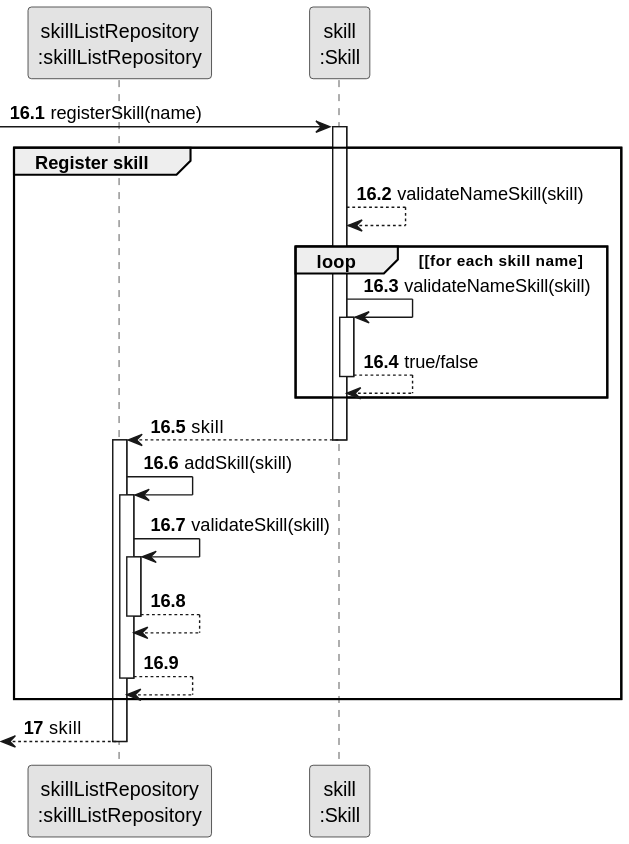
The PlantUML diagram docs/sprintB/us001/03.design/svg/us001-sequence-diagram-partial-register-skill.svg in SAEmanuel/Green_Spaces_Management_ISEP, before a commit.
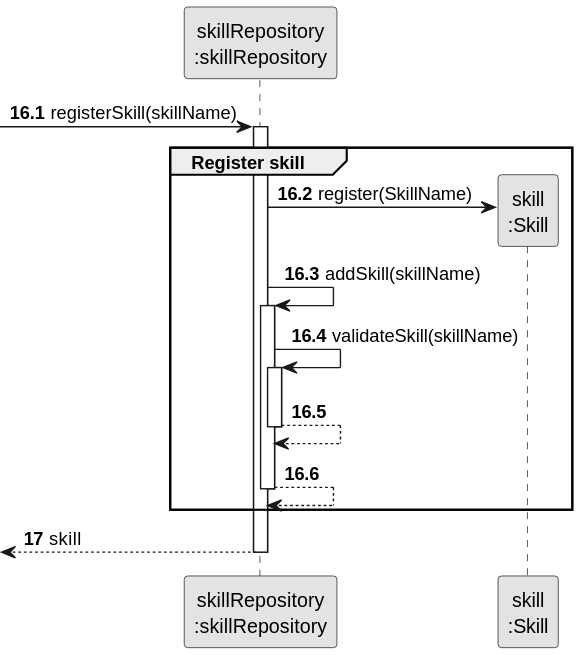
The same file after the commit.

What changed in the source:
```diff
@@ -3,34 +3,24 @@
 skinparam packageStyle rectangle
 skinparam shadowing false
 
-participant "skillListRepository\n:skillListRepository" as ORG
+participant "skillRepository\n:skillRepository" as ORG
 participant "skill\n:Skill" as EMPREGO
 
 autonumber 16
 
 autonumber 16.1
 
-        -> EMPREGO: registerSkill(name)
+        -> ORG: registerSkill(skillName)
+            activate ORG
             group Register skill
-            activate EMPREGO
-                EMPREGO --> EMPREGO : validateNameSkill(skill)
-
-                loop [for each skill name
-                    EMPREGO -> EMPREGO : validateNameSkill(skill)
-                    activate EMPREGO
-
-                    EMPREGO --> EMPREGO : true/false
-                    deactivate EMPREGO
-                end
-
-            EMPREGO --> ORG : skill
-            deactivate EMPREGO
-            activate ORG
+        ORG -> EMPREGO** : register(SkillName)
 
 
-        ORG -> ORG: addSkill(skill)
+
+
+        ORG -> ORG: addSkill(skillName)
         activate ORG
-            ORG -> ORG: validateSkill(skill)
+            ORG -> ORG: validateSkill(skillName)
             activate ORG
                 ORG --> ORG
             deactivate ORG
```
